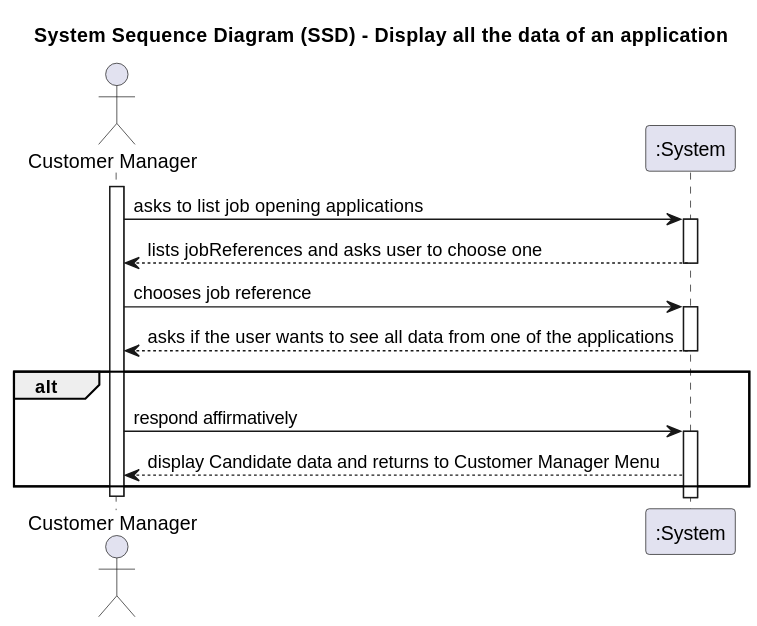
Before: docs/sprintC/1021/svg/1021-system-sequence-diagram.svg, a diagram exported from PlantUML (marcoferreira37/Lapr4).
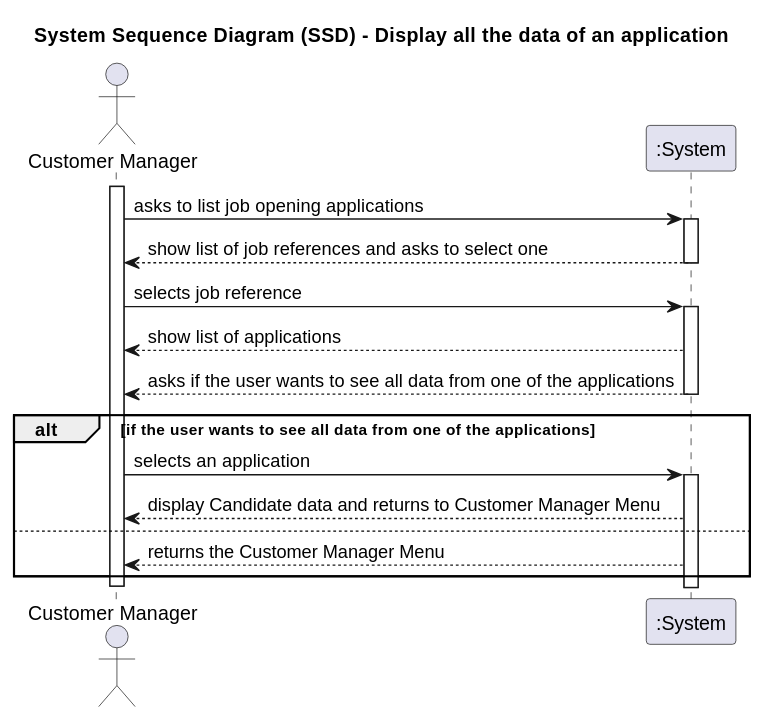
The same file after the commit.

Diff of the diagram source:
```diff
@@ -10,20 +10,26 @@
 Agent -> System : asks to list job opening applications
 activate System
 
-System --> Agent: lists jobReferences and asks user to choose one
+System --> Agent: show list of job references and asks to select one
 deactivate
 
-Agent -> System : chooses job reference
+Agent -> System : selects job reference
 activate System
 
+System --> Agent : show list of applications
 System --> Agent : asks if the user wants to see all data from one of the applications
 deactivate
 
-alt
-Agent -> System : respond affirmatively
+alt if the user wants to see all data from one of the applications
+
+Agent -> System : selects an application
 activate System
 
 System --> Agent : display Candidate data and returns to Customer Manager Menu
+
+else
+System --> Agent :returns the Customer Manager Menu
+
 end
 
 
```
